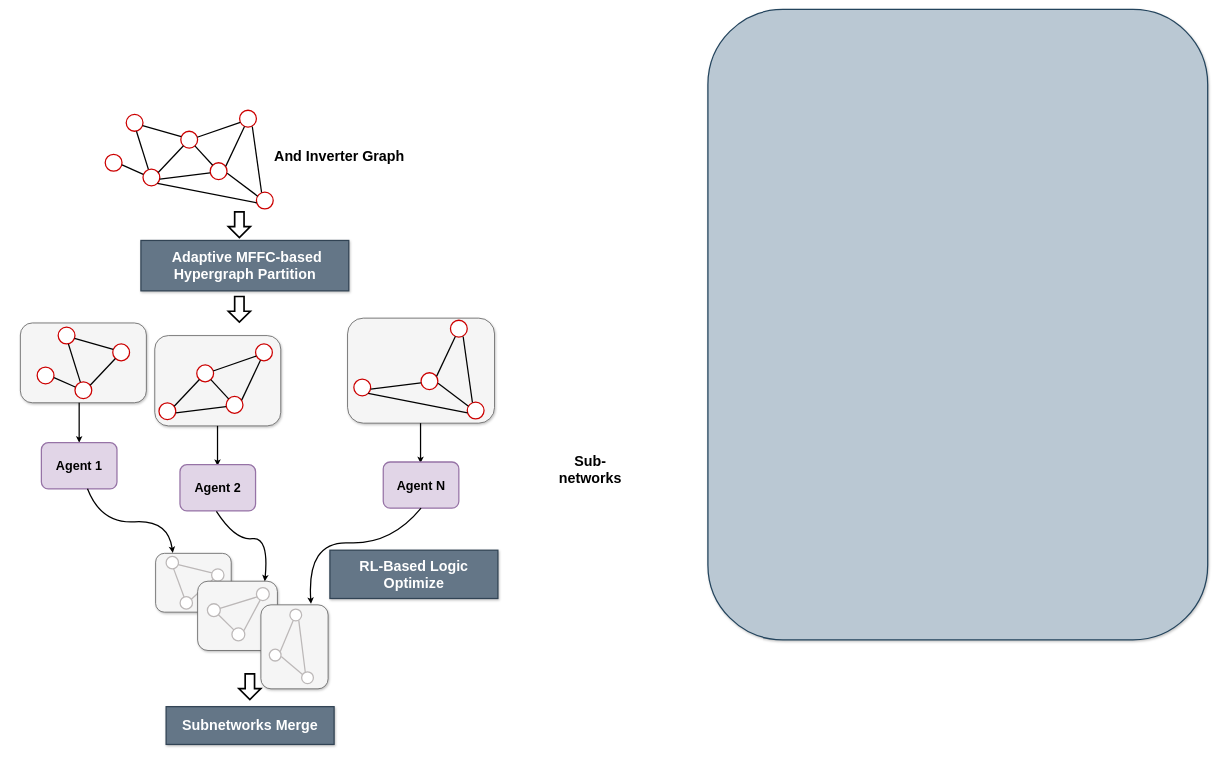
Above: explorationEngine.drawio in kxzhu0505/LogicSynOpt (draw.io), before the change. Source tidied: cells renumbered, new cells numbered last; positions are measured from the earlier drawing's top-left corner, leaving out a move shared by most shapes. Both pictures are drawn from the tidied source at 42%, with x=0, y=0 at pixel (20, 9).
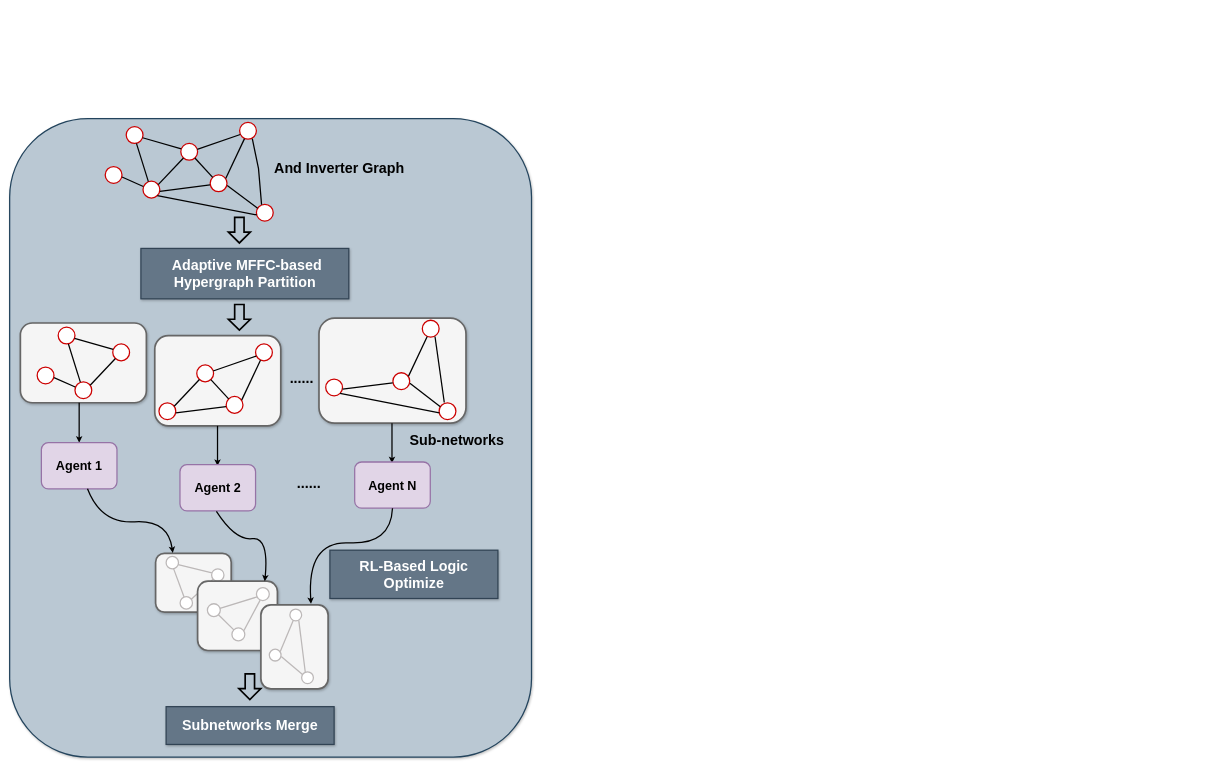
The same diagram, later.

The change refers to these unchanged cells:
```xml
<mxCell id="49" style="group;" parent="34" vertex="1">
  <mxGeometry x="300.7" y="132.6" width="150" height="190" as="geometry" />
</mxCell>
<mxCell id="74" style="ellipse;whiteSpace=wrap;html=1;strokeColor=#CC0000;strokeWidth=3;" parent="69" vertex="1">
  <mxGeometry x="320" width="40" height="40" as="geometry" />
</mxCell>
<mxCell id="75" style="ellipse;whiteSpace=wrap;html=1;strokeColor=#CC0000;strokeWidth=3;" parent="69" vertex="1">
  <mxGeometry x="360" y="195" width="40" height="40" as="geometry" />
</mxCell>
```

The edit, as a diff of the source:
```diff
@@
     <mxCell id="2" style="rounded=1;whiteSpace=wrap;html=1;strokeWidth=3;shadow=1;fillColor=#bac8d3;strokeColor=#23445d;" parent="1" vertex="1">
-      <mxGeometry x="1637" width="1190" height="1501" as="geometry" />
+      <mxGeometry x="-25.5" y="260" width="1242.5" height="1520" as="geometry" />
     </mxCell>
-    <mxCell id="3" style="rounded=1;whiteSpace=wrap;html=1;fillColor=#f5f5f5;fontColor=#333333;strokeColor=#666666;strokeWidth=2;shadow=1;" parent="1" vertex="1">
-      <mxGeometry x="779" y="735" width="350" height="250" as="geometry" />
+    <mxCell id="3" style="rounded=1;whiteSpace=wrap;html=1;fillColor=#f5f5f5;fontColor=#333333;strokeColor=#666666;strokeWidth=4;shadow=1;" parent="1" vertex="1">
+      <mxGeometry x="711" y="735" width="350" height="250" as="geometry" />
     </mxCell>
-    <mxCell id="4" style="rounded=1;whiteSpace=wrap;html=1;fillColor=#f5f5f5;fontColor=#333333;strokeColor=#666666;strokeWidth=2;shadow=1;" parent="1" vertex="1">
+    <mxCell id="4" style="rounded=1;whiteSpace=wrap;html=1;fillColor=#f5f5f5;fontColor=#333333;strokeColor=#666666;strokeWidth=4;shadow=1;" parent="1" vertex="1">
       <mxGeometry x="320" y="776.5" width="300" height="215" as="geometry" />
     </mxCell>
-    <mxCell id="5" style="rounded=1;whiteSpace=wrap;html=1;fillColor=#f5f5f5;fontColor=#333333;strokeColor=#666666;strokeWidth=2;shadow=1;" parent="1" vertex="1">
+    <mxCell id="5" style="rounded=1;whiteSpace=wrap;html=1;fillColor=#f5f5f5;fontColor=#333333;strokeColor=#666666;strokeWidth=4;shadow=1;" parent="1" vertex="1">
       <mxGeometry y="746.5" width="300" height="190" as="geometry" />
     </mxCell>
@@
     <mxCell id="23" style="ellipse;whiteSpace=wrap;html=1;strokeColor=#CC0000;strokeWidth=3;" parent="1" vertex="1">
-      <mxGeometry x="794" y="880" width="40" height="40" as="geometry" />
+      <mxGeometry x="727" y="880" width="40" height="40" as="geometry" />
     </mxCell>
     <mxCell id="24" style="ellipse;whiteSpace=wrap;html=1;strokeColor=#CC0000;strokeWidth=3;" parent="1" vertex="1">
-      <mxGeometry x="954" y="865" width="40" height="40" as="geometry" />
+      <mxGeometry x="887" y="865" width="40" height="40" as="geometry" />
     </mxCell>
     <mxCell id="25" style="ellipse;whiteSpace=wrap;html=1;strokeColor=#CC0000;strokeWidth=3;" parent="1" vertex="1">
-      <mxGeometry x="1024" y="740" width="40" height="40" as="geometry" />
+      <mxGeometry x="957" y="740" width="40" height="40" as="geometry" />
     </mxCell>
     <mxCell id="26" style="ellipse;whiteSpace=wrap;html=1;strokeColor=#CC0000;strokeWidth=3;" parent="1" vertex="1">
-      <mxGeometry x="1064" y="935" width="40" height="40" as="geometry" />
+      <mxGeometry x="997" y="936.5" width="40" height="40" as="geometry" />
     </mxCell>
@@
-    <mxCell id="30" style="endArrow=none;html=1;rounded=0;strokeWidth=3;entryX=0.308;entryY=0.021;entryDx=0;entryDy=0;exitX=0.755;exitY=0.968;exitDx=0;exitDy=0;exitPerimeter=0;entryPerimeter=0;" parent="1" edge="1" source="25" target="26">
-      <mxGeometry relative="1" as="geometry" />
+    <mxCell id="30" style="endArrow=none;html=1;rounded=0;strokeWidth=3;entryX=0.308;entryY=0.021;entryDx=0;entryDy=0;exitX=0.755;exitY=0.968;exitDx=0;exitDy=0;exitPerimeter=0;entryPerimeter=0;" parent="1" edge="1" source="25">
+      <mxGeometry relative="1" as="geometry">
+        <mxPoint x="1009.3" y="935.8" as="targetPoint" />
+      </mxGeometry>
     </mxCell>
-    <mxCell id="31" style="endArrow=none;html=1;rounded=0;strokeWidth=3;exitX=1;exitY=1;exitDx=0;exitDy=0;entryX=0.018;entryY=0.633;entryDx=0;entryDy=0;entryPerimeter=0;" parent="1" edge="1" source="23" target="26">
-      <mxGeometry relative="1" as="geometry" />
+    <mxCell id="31" style="endArrow=none;html=1;rounded=0;strokeWidth=3;exitX=1;exitY=1;exitDx=0;exitDy=0;entryX=0.018;entryY=0.633;entryDx=0;entryDy=0;entryPerimeter=0;" parent="1" edge="1" source="23">
+      <mxGeometry relative="1" as="geometry">
+        <mxPoint x="997.7" y="960.3" as="targetPoint" />
+      </mxGeometry>
     </mxCell>
     <mxCell id="32" style="shape=flexArrow;endArrow=classic;html=1;rounded=0;strokeWidth=4;endWidth=25.992865636147446;endSize=7.303448275862069;width=19.310344827586206;" parent="1" edge="1">
       <mxGeometry relative="1" as="geometry">
-        <mxPoint x="521.4" y="681.5" as="sourcePoint" />
-        <mxPoint x="521.4" y="746.5" as="targetPoint" />
+        <mxPoint x="521.4" y="700.5" as="sourcePoint" />
+        <mxPoint x="521.4" y="765.5" as="targetPoint" />
       </mxGeometry>
     </mxCell>
-    <mxCell id="33" value="&lt;font size=&quot;1&quot; style=&quot;&quot;&gt;&lt;b style=&quot;font-size: 34px;&quot;&gt;Sub-networks&lt;/b&gt;&lt;/font&gt;" style="text;html=1;align=center;verticalAlign=middle;whiteSpace=wrap;rounded=0;" parent="1" vertex="1">
-      <mxGeometry x="1287" y="1080" width="140" height="30" as="geometry" />
-    </mxCell>
-    <mxCell id="34" style="group;" parent="1" vertex="1">
+    <mxCell id="34" style="group;strokeWidth=3;" parent="1" vertex="1">
       <mxGeometry x="292" y="1295" width="510" height="322.6" as="geometry" />
     </mxCell>
-    <mxCell id="35" style="rounded=1;whiteSpace=wrap;html=1;fillColor=#f5f5f5;fontColor=#333333;strokeColor=#666666;strokeWidth=2;shadow=1;" parent="34" vertex="1">
+    <mxCell id="35" style="rounded=1;whiteSpace=wrap;html=1;fillColor=#f5f5f5;fontColor=#333333;strokeColor=#666666;strokeWidth=4;shadow=1;" parent="34" vertex="1">
       <mxGeometry x="30" width="180" height="140" as="geometry" />
     </mxCell>
@@
-    <mxCell id="42" style="rounded=1;whiteSpace=wrap;html=1;fillColor=#f5f5f5;fontColor=#333333;strokeColor=#666666;strokeWidth=2;shadow=1;" parent="34" vertex="1">
+    <mxCell id="42" style="rounded=1;whiteSpace=wrap;html=1;fillColor=#f5f5f5;fontColor=#333333;strokeColor=#666666;strokeWidth=4;shadow=1;" parent="34" vertex="1">
       <mxGeometry x="130" y="66.3" width="190" height="165" as="geometry" />
     </mxCell>
@@
-    <mxCell id="50" style="rounded=1;whiteSpace=wrap;html=1;fillColor=#f5f5f5;fontColor=#333333;strokeColor=#666666;strokeWidth=2;shadow=1;" parent="49" vertex="1">
+    <mxCell id="50" style="rounded=1;whiteSpace=wrap;html=1;fillColor=#f5f5f5;fontColor=#333333;strokeColor=#666666;strokeWidth=4;shadow=1;" parent="49" vertex="1">
       <mxGeometry x="-20" y="-10" width="160" height="200" as="geometry" />
     </mxCell>
@@
     <mxCell id="59" style="group;" parent="1" vertex="1">
-      <mxGeometry x="82" y="936.5" width="1085" height="478.5" as="geometry" />
+      <mxGeometry x="82" y="936.5" width="1210" height="478.5" as="geometry" />
     </mxCell>
@@
     <mxCell id="62" style="endArrow=classic;html=1;rounded=0;strokeWidth=3;" parent="59" edge="1">
       <mxGeometry relative="1" as="geometry">
-        <mxPoint x="870.8" y="48.5" as="sourcePoint" />
-        <mxPoint x="870.8" y="143.5" as="targetPoint" />
+        <mxPoint x="802.8" y="48.5" as="sourcePoint" />
+        <mxPoint x="802.8" y="143.5" as="targetPoint" />
       </mxGeometry>
     </mxCell>
@@
     <mxCell id="64" value="&lt;font size=&quot;1&quot; style=&quot;&quot;&gt;&lt;b style=&quot;font-size: 30px;&quot;&gt;Agent N&lt;/b&gt;&lt;/font&gt;" style="rounded=1;whiteSpace=wrap;html=1;fillColor=#e1d5e7;strokeColor=#9673a6;strokeWidth=3;" parent="59" vertex="1">
-      <mxGeometry x="782" y="141" width="180" height="110" as="geometry" />
+      <mxGeometry x="714" y="141" width="180" height="110" as="geometry" />
     </mxCell>
@@
+    <mxCell id="94" value="&lt;span style=&quot;font-size: 34px;&quot;&gt;&lt;b&gt;......&lt;/b&gt;&lt;/span&gt;" style="text;html=1;align=center;verticalAlign=middle;whiteSpace=wrap;rounded=0;" parent="59" vertex="1">
+      <mxGeometry x="535" y="175" width="140" height="30" as="geometry" />
+    </mxCell>
+    <mxCell id="33" value="&lt;font size=&quot;1&quot; style=&quot;&quot;&gt;&lt;b style=&quot;font-size: 34px;&quot;&gt;Sub-networks&lt;/b&gt;&lt;/font&gt;" style="text;html=1;align=center;verticalAlign=middle;whiteSpace=wrap;rounded=0;" parent="59" vertex="1">
+      <mxGeometry x="825" y="73.5" width="265" height="30" as="geometry" />
+    </mxCell>
     <mxCell id="69" style="group;" parent="1" vertex="1">
-      <mxGeometry x="202" y="240" width="735" height="235" as="geometry" />
+      <mxGeometry x="202" y="269" width="735" height="235" as="geometry" />
     </mxCell>
@@
     <mxCell id="86" style="endArrow=none;html=1;rounded=0;strokeWidth=3;entryX=0.308;entryY=0.021;entryDx=0;entryDy=0;exitX=0.755;exitY=0.968;exitDx=0;exitDy=0;exitPerimeter=0;entryPerimeter=0;" parent="69" edge="1" source="74" target="75">
-      <mxGeometry relative="1" as="geometry" />
+      <mxGeometry relative="1" as="geometry">
+        <Array as="points">
+          <mxPoint x="365" y="110" />
+        </Array>
+      </mxGeometry>
     </mxCell>
@@
     <mxCell id="89" style="group;" parent="1" vertex="1">
-      <mxGeometry x="227" y="550" width="615" height="120" as="geometry" />
+      <mxGeometry x="227" y="569" width="615" height="120" as="geometry" />
     </mxCell>
@@
     <mxCell id="91" style="shape=flexArrow;endArrow=classic;html=1;rounded=0;strokeWidth=4;endWidth=25.992865636147446;endSize=7.303448275862069;width=19.310344827586206;" parent="1" edge="1">
       <mxGeometry relative="1" as="geometry">
-        <mxPoint x="521.4" y="480" as="sourcePoint" />
-        <mxPoint x="521.4" y="545" as="targetPoint" />
+        <mxPoint x="521.4" y="493" as="sourcePoint" />
+        <mxPoint x="521.4" y="558" as="targetPoint" />
       </mxGeometry>
     </mxCell>
@@
+    <mxCell id="95" value="&lt;span style=&quot;font-size: 34px;&quot;&gt;&lt;b&gt;......&lt;/b&gt;&lt;/span&gt;" style="text;html=1;align=center;verticalAlign=middle;whiteSpace=wrap;rounded=0;" parent="1" vertex="1">
+      <mxGeometry x="600" y="861.5" width="140" height="30" as="geometry" />
+    </mxCell>
```
